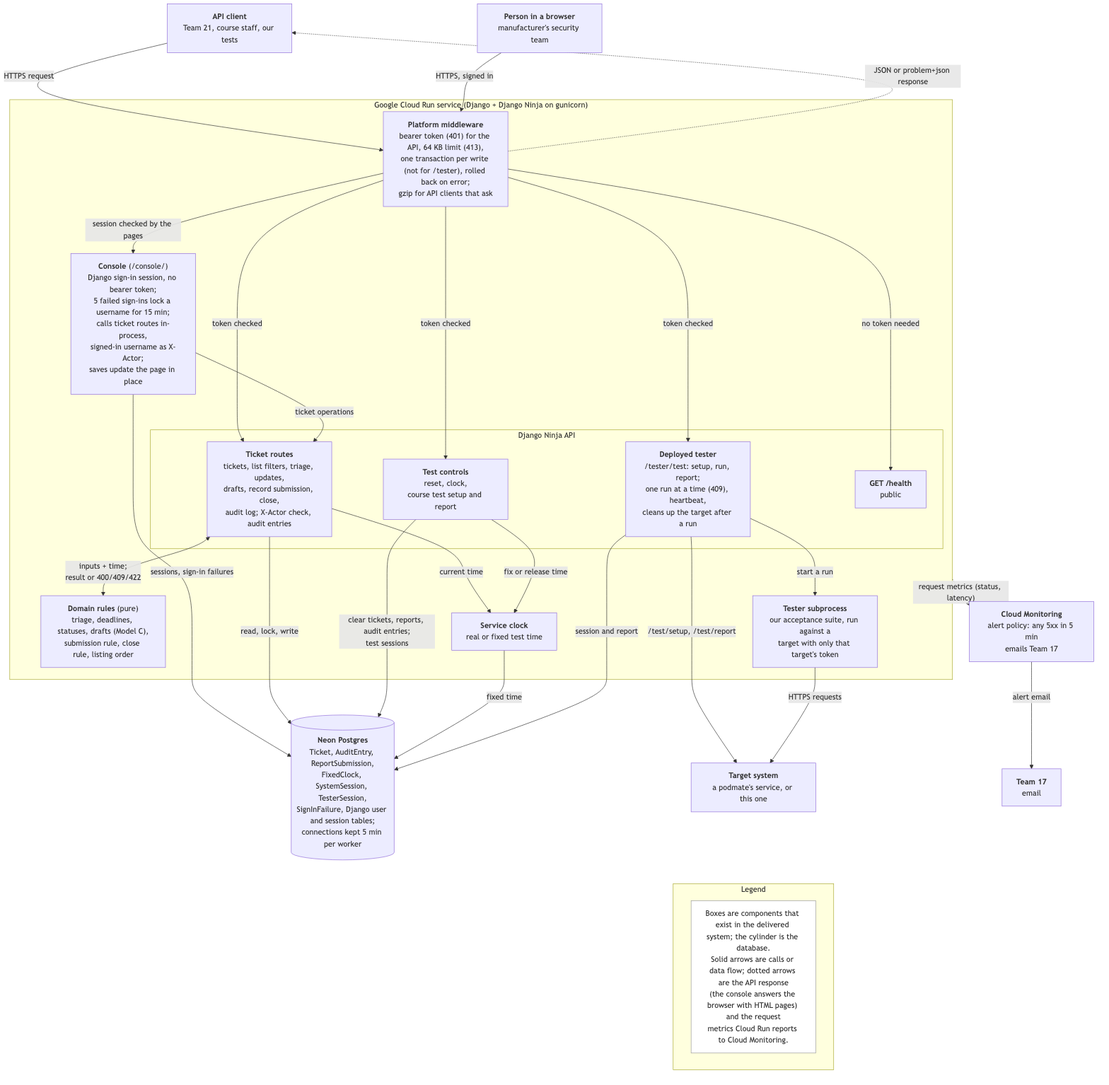
Earlier version of the Mermaid export docs/models/architecture.png (team17-ece30861/cra-service). Its source is kept beside it as docs/models/architecture.mmd.
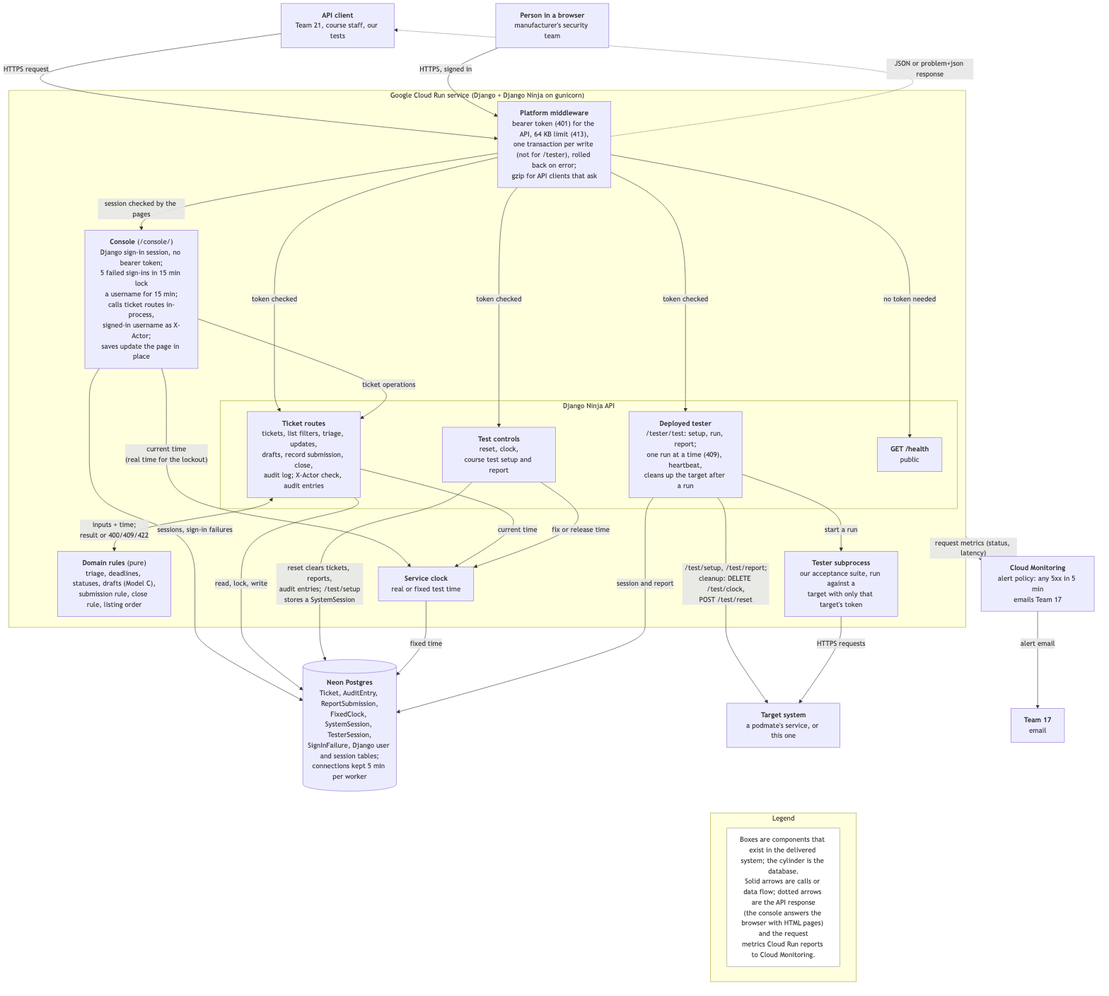
Later version of the same file.

Commit message:
Models: independent trace fixes (tester cleanup calls, SystemSession, console clock, abort and timeout paths)

What changed in the source:
```diff
@@ -4,7 +4,7 @@
   subgraph run["Google Cloud Run service (Django + Django Ninja on gunicorn)"]
     direction TB
     mw["<b>Platform middleware</b><br/>bearer token (401) for the API, 64 KB limit (413),<br/>one transaction per write (not for /tester), rolled back on error;<br/>gzip for API clients that ask"]
-    console["<b>Console</b> (/console/)<br/>Django sign-in session, no bearer token;<br/>5 failed sign-ins lock a username for 15 min;<br/>calls ticket routes in-process,<br/>signed-in username as X-Actor;<br/>saves update the page in place"]
+    console["<b>Console</b> (/console/)<br/>Django sign-in session, no bearer token;<br/>5 failed sign-ins in 15 min lock<br/>a username for 15 min;<br/>calls ticket routes in-process,<br/>signed-in username as X-Actor;<br/>saves update the page in place"]
     subgraph api["Django Ninja API"]
       direction LR
       health["<b>GET /health</b><br/>public"]
@@ -28,6 +28,7 @@
   mw -->|"token checked"| testerapi
   mw -->|"session checked by the pages"| console
   console -->|"ticket operations"| tickets
+  console -->|"current time<br/>(real time for the lockout)"| clock
   console -->|"sessions, sign-in failures"| db
   run -.->|"request metrics (status, latency)"| monitor
   monitor -->|"alert email"| team
@@ -35,11 +36,11 @@
   tickets -->|"current time"| clock
   controls -->|"fix or release time"| clock
   tickets -->|"read, lock, write"| db
-  controls -->|"clear tickets, reports, audit entries;<br/>test sessions"| db
+  controls -->|"reset clears tickets, reports,<br/>audit entries; /test/setup<br/>stores a SystemSession"| db
   clock -->|"fixed time"| db
   testerapi -->|"start a run"| runner
   testerapi -->|"session and report"| db
-  testerapi -->|"/test/setup, /test/report"| target
+  testerapi -->|"/test/setup, /test/report;<br/>cleanup: DELETE /test/clock,<br/>POST /test/reset"| target
   runner -->|"HTTPS requests"| target
   mw -.->|"JSON or problem+json response"| client
   subgraph legend["Legend"]
```
